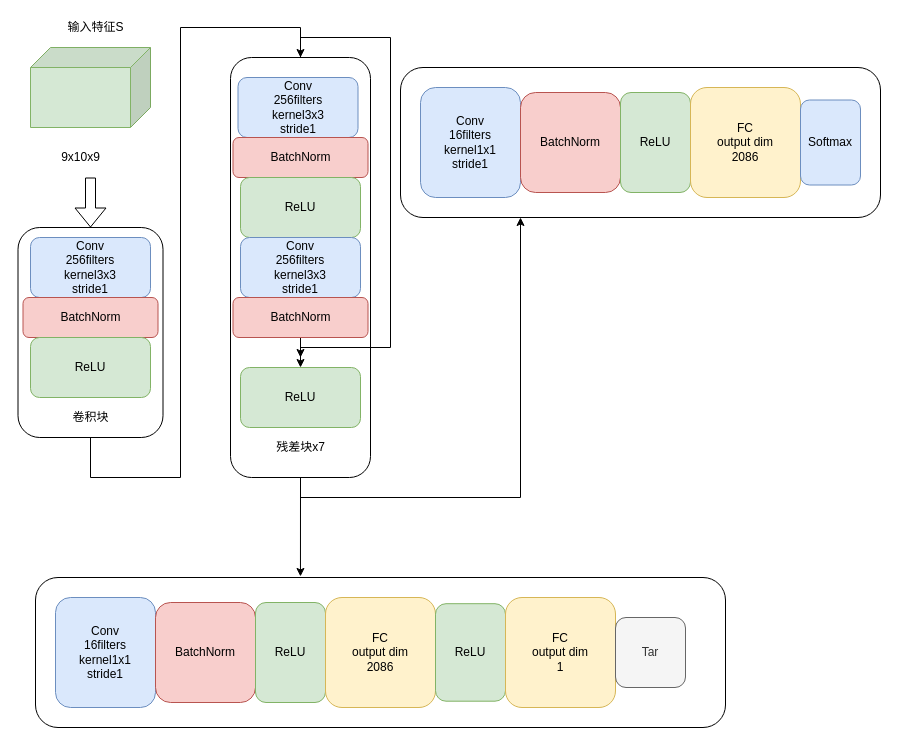
Above: structure.drawio in byx020119/alphazero-aichess (draw.io), before the change. Source tidied: cells renumbered, new cells numbered last; positions are measured from the earlier drawing's top-left corner, leaving out a move shared by most shapes. Both pictures are drawn from the tidied source at 100%, with x=0, y=0 at pixel (18, 17).
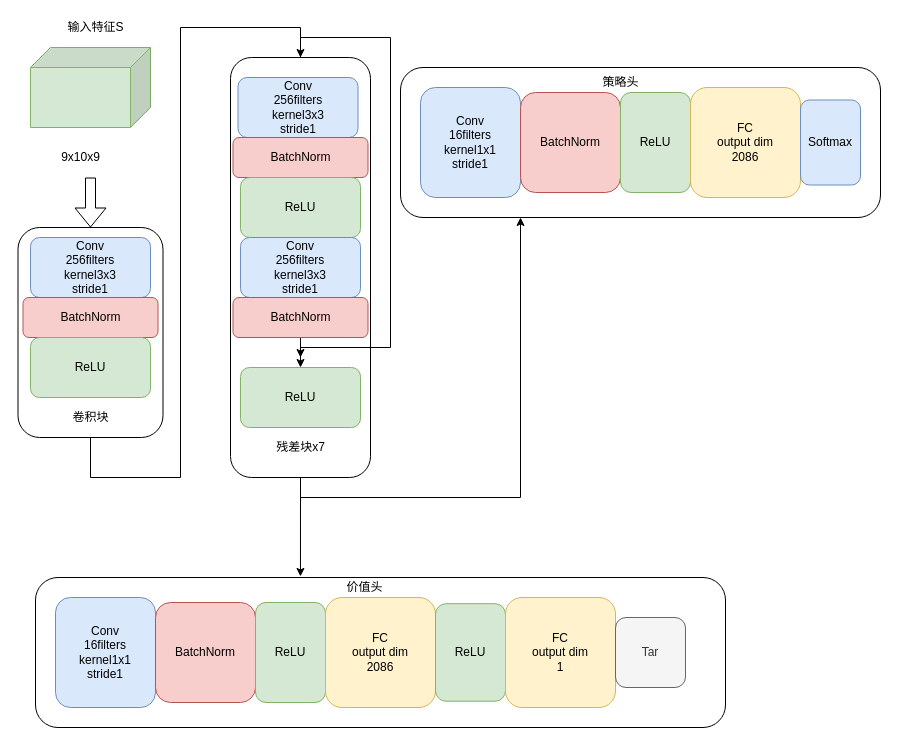
The same diagram, later.

Diff of the diagram source:
```diff
@@
+    <mxCell id="38" value="策略头" style="text;html=1;align=center;verticalAlign=middle;strokeColor=none;fillColor=none;" parent="1" vertex="1">
+      <mxGeometry x="572" y="50" width="60" height="30" as="geometry" />
+    </mxCell>
+    <mxCell id="39" value="价值头" style="text;html=1;align=center;verticalAlign=middle;strokeColor=none;fillColor=none;" parent="1" vertex="1">
+      <mxGeometry x="316" y="555" width="60" height="30" as="geometry" />
+    </mxCell>
```
